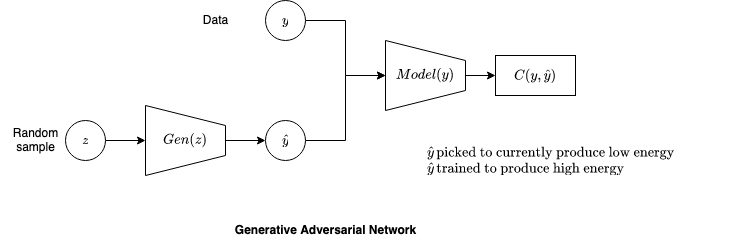
The draw.io diagram machine_learning/diagrams/gan.drawio.png in analytiq-hub/sigagent.github.io, before a commit. Source tidied: cells renumbered, new cells last; positions are measured from the earlier drawing's top-left corner, leaving out a move shared by most shapes.
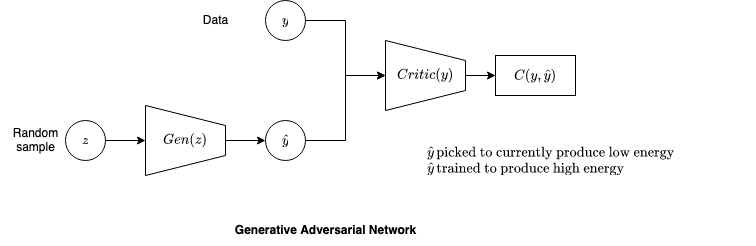
After the commit.

What changed in the source:
```diff
@@ -41,7 +41,7 @@
     <mxCell id="14" style="edgeStyle=orthogonalEdgeStyle;rounded=0;jettySize=auto;html=1;exitX=0.5;exitY=0;exitDx=0;exitDy=0;" parent="1" edge="1" source="15" target="6">
       <mxGeometry relative="1" as="geometry" />
     </mxCell>
-    <mxCell id="15" value="$$Model(y)$$" style="shape=trapezoid;perimeter=trapezoidPerimeter;whiteSpace=wrap;html=1;fixedSize=1;direction=south;" parent="1" vertex="1">
+    <mxCell id="15" value="$$Critic(y)$$" style="shape=trapezoid;perimeter=trapezoidPerimeter;whiteSpace=wrap;html=1;fixedSize=1;direction=south;" parent="1" vertex="1">
       <mxGeometry x="385" y="40" width="80" height="70" as="geometry" />
     </mxCell>
     <mxCell id="16" value="Data" style="text;html=1;align=center;verticalAlign=middle;strokeColor=none;fillColor=none;" parent="1" vertex="1">
```
